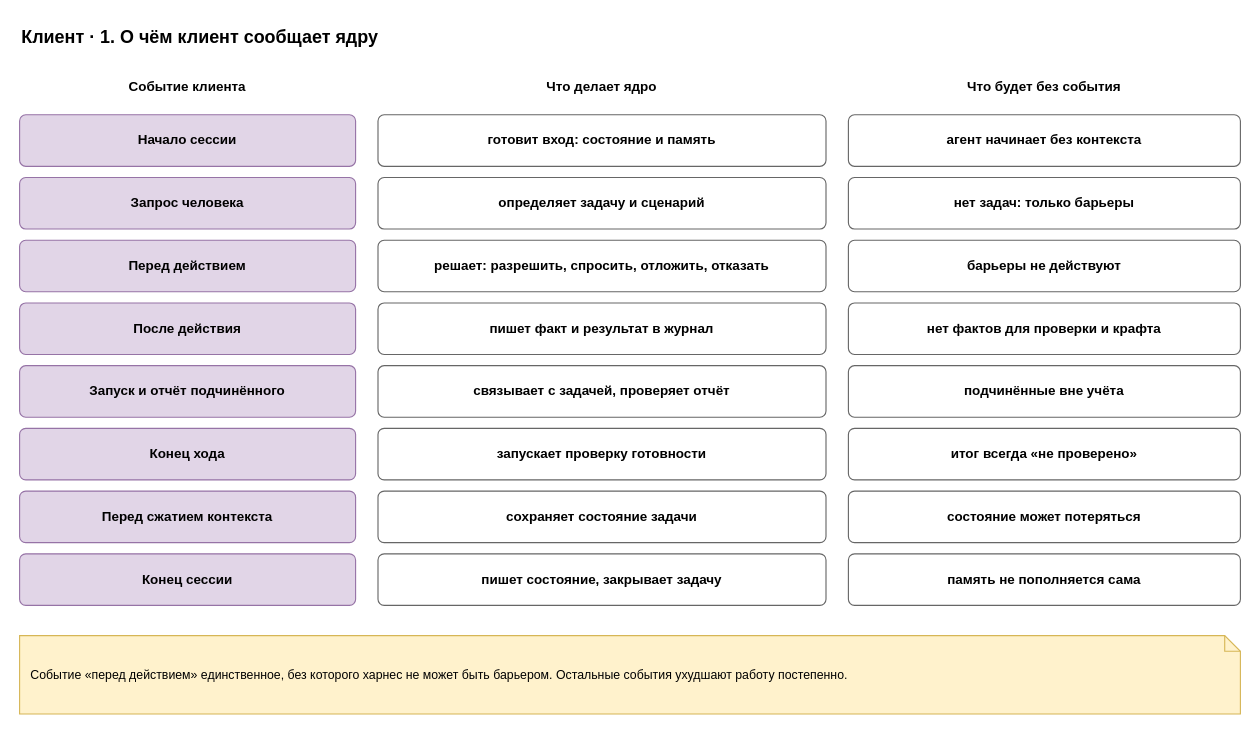
Earlier version of the draw.io diagram page "1. События" (1 of 5) of docs/spec/harness-client.drawio (roygkov/reins). Source tidied: cells renumbered, new cells numbered last; positions are measured from the earlier drawing's top-left corner, leaving out a move shared by most shapes. Both pictures are drawn from the tidied source at 112%, with x=0, y=0 at pixel (19, 19).
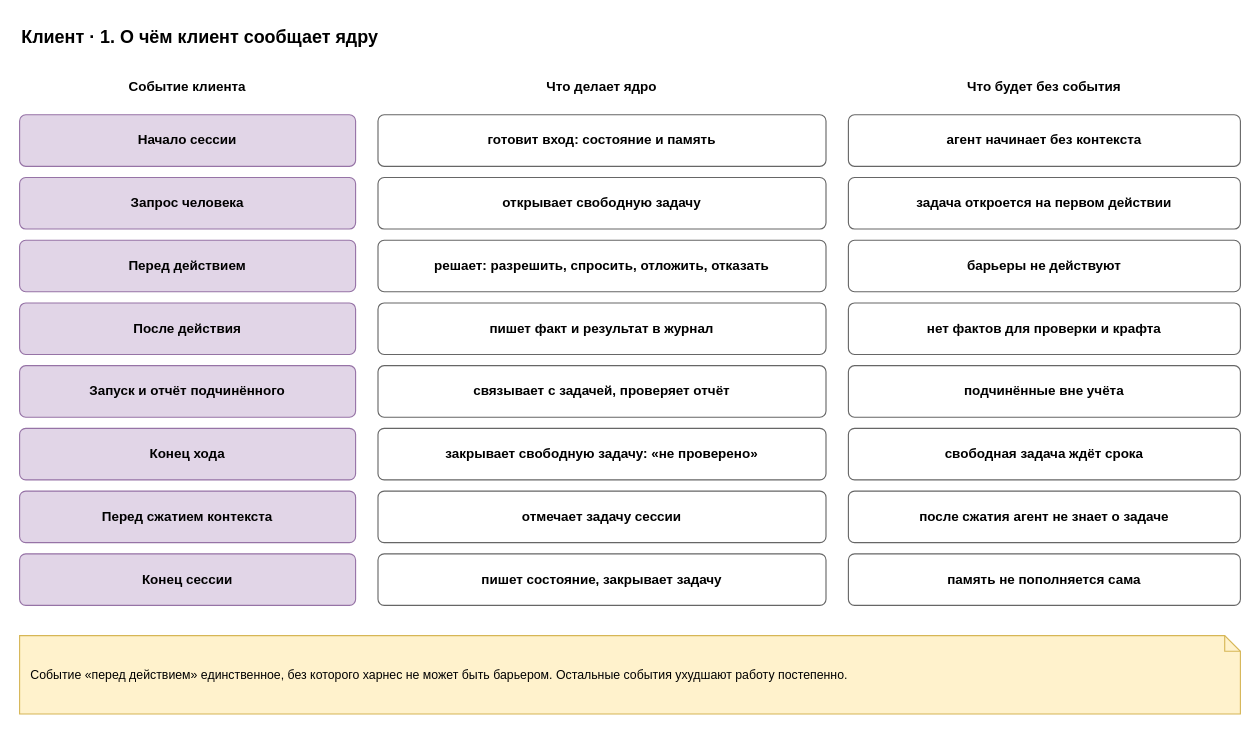
The same page after the edit.

What changed in the source:
```diff
@@
-    <mxCell id="10" value="&lt;b&gt;определяет задачу и сценарий&lt;/b&gt;" style="rounded=1;whiteSpace=wrap;html=1;fillColor=#ffffff;strokeColor=#666666;arcSize=12;fontStyle=0;" parent="1" vertex="1">
+    <mxCell id="10" value="&lt;b&gt;открывает свободную задачу&lt;/b&gt;" style="rounded=1;whiteSpace=wrap;html=1;fillColor=#ffffff;strokeColor=#666666;arcSize=12;fontStyle=0;" parent="1" vertex="1">
       <mxGeometry x="320" y="141" width="400" height="46" as="geometry" />
     </mxCell>
-    <mxCell id="11" value="&lt;b&gt;нет задач: только барьеры&lt;/b&gt;" style="rounded=1;whiteSpace=wrap;html=1;fillColor=#ffffff;strokeColor=#666666;arcSize=12;fontStyle=0;" parent="1" vertex="1">
+    <mxCell id="11" value="&lt;b&gt;задача откроется на первом действии&lt;/b&gt;" style="rounded=1;whiteSpace=wrap;html=1;fillColor=#ffffff;strokeColor=#666666;arcSize=12;fontStyle=0;" parent="1" vertex="1">
       <mxGeometry x="740" y="141" width="350" height="46" as="geometry" />
     </mxCell>
@@
-    <mxCell id="22" value="&lt;b&gt;запускает проверку готовности&lt;/b&gt;" style="rounded=1;whiteSpace=wrap;html=1;fillColor=#ffffff;strokeColor=#666666;arcSize=12;fontStyle=0;" parent="1" vertex="1">
+    <mxCell id="22" value="&lt;b&gt;закрывает свободную задачу: «не проверено»&lt;/b&gt;" style="rounded=1;whiteSpace=wrap;html=1;fillColor=#ffffff;strokeColor=#666666;arcSize=12;fontStyle=0;" parent="1" vertex="1">
       <mxGeometry x="320" y="365" width="400" height="46" as="geometry" />
     </mxCell>
-    <mxCell id="23" value="&lt;b&gt;итог всегда «не проверено»&lt;/b&gt;" style="rounded=1;whiteSpace=wrap;html=1;fillColor=#ffffff;strokeColor=#666666;arcSize=12;fontStyle=0;" parent="1" vertex="1">
+    <mxCell id="23" value="&lt;b&gt;свободная задача ждёт срока&lt;/b&gt;" style="rounded=1;whiteSpace=wrap;html=1;fillColor=#ffffff;strokeColor=#666666;arcSize=12;fontStyle=0;" parent="1" vertex="1">
       <mxGeometry x="740" y="365" width="350" height="46" as="geometry" />
     </mxCell>
@@
-    <mxCell id="25" value="&lt;b&gt;сохраняет состояние задачи&lt;/b&gt;" style="rounded=1;whiteSpace=wrap;html=1;fillColor=#ffffff;strokeColor=#666666;arcSize=12;fontStyle=0;" parent="1" vertex="1">
+    <mxCell id="25" value="&lt;b&gt;отмечает задачу сессии&lt;/b&gt;" style="rounded=1;whiteSpace=wrap;html=1;fillColor=#ffffff;strokeColor=#666666;arcSize=12;fontStyle=0;" parent="1" vertex="1">
       <mxGeometry x="320" y="421" width="400" height="46" as="geometry" />
     </mxCell>
-    <mxCell id="26" value="&lt;b&gt;состояние может потеряться&lt;/b&gt;" style="rounded=1;whiteSpace=wrap;html=1;fillColor=#ffffff;strokeColor=#666666;arcSize=12;fontStyle=0;" parent="1" vertex="1">
+    <mxCell id="26" value="&lt;b&gt;после сжатия агент не знает о задаче&lt;/b&gt;" style="rounded=1;whiteSpace=wrap;html=1;fillColor=#ffffff;strokeColor=#666666;arcSize=12;fontStyle=0;" parent="1" vertex="1">
       <mxGeometry x="740" y="421" width="350" height="46" as="geometry" />
     </mxCell>
```
